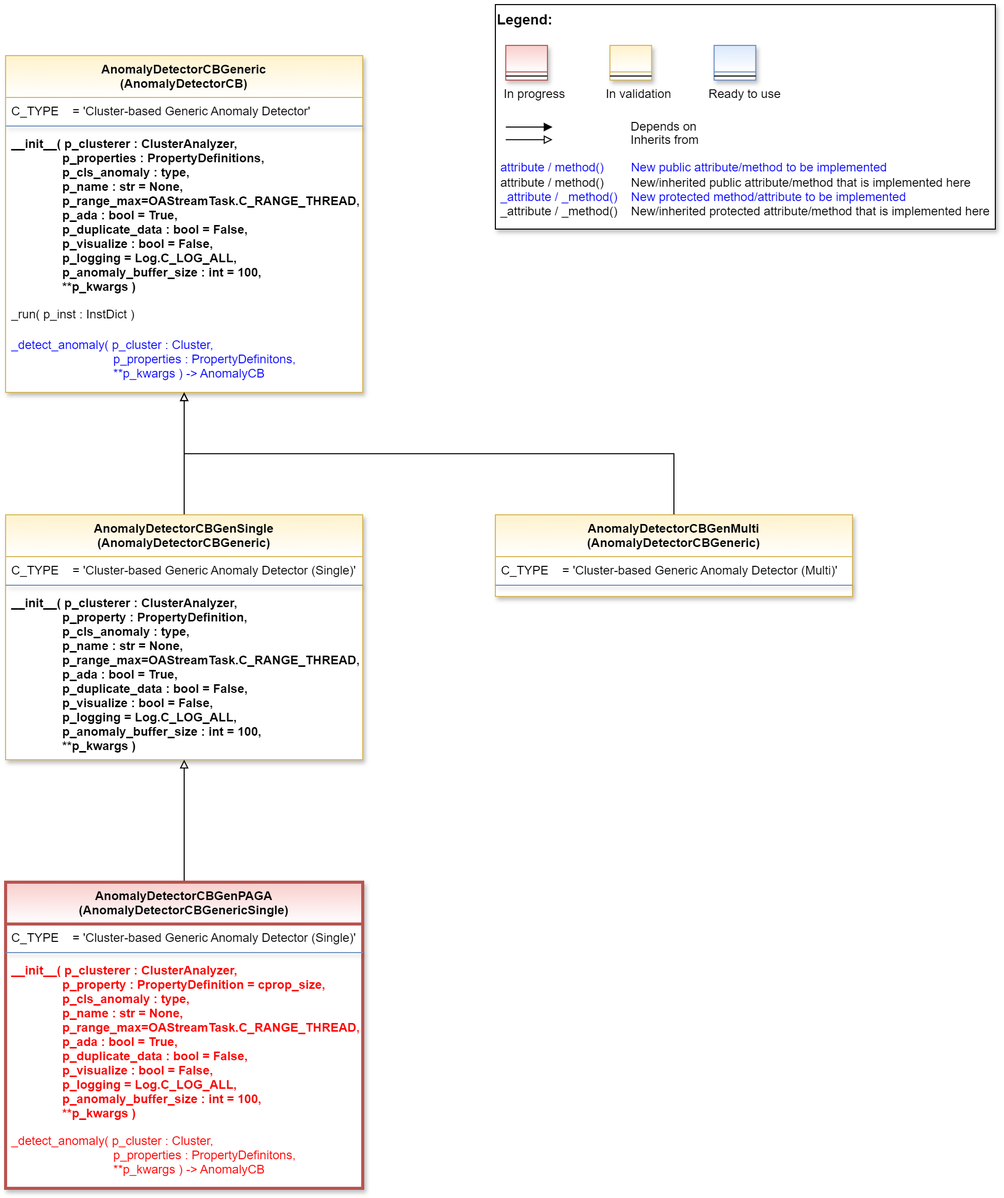
This is doc/rtd/content/99_appendices/appendix2/sub/mlpro_oa/streams/30_change_detection/10_anomaly_detection/20_cluster_based/generic/images/MLPro-OA-CB-Gen-Anomaly-Detectors_class_diagram.drawio.png from fhswf/MLPro, a draw.io export, as it was before one commit. Source tidied: cells renumbered, new cells last; positions are measured from the earlier drawing's top-left corner, leaving out a move shared by most shapes.
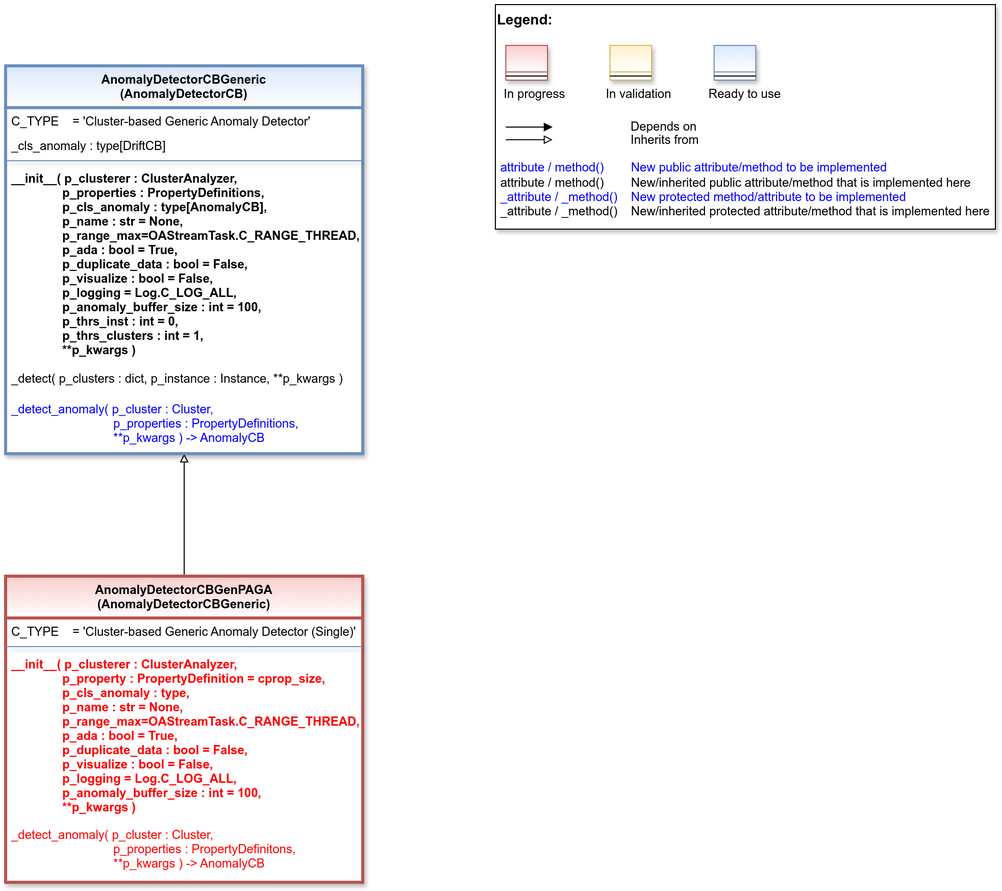
The same diagram one commit later.

Commit message:
OA: Introduction of cluster-based Change Detection #1202

Change to the diagram source:
```diff
@@ -43,73 +43,44 @@
     <mxCell id="11" style="line;html=1;strokeWidth=1;align=left;verticalAlign=middle;spacingTop=-1;spacingLeft=3;spacingRight=3;labelPosition=right;" parent="10" vertex="1">
       <mxGeometry y="26" width="40.8" height="8" as="geometry" />
     </mxCell>
-    <mxCell id="12" value="AnomalyDetectorCBGeneric&#10;(AnomalyDetectorCB)" style="swimlane;align=center;verticalAlign=top;horizontal=1;startSize=41;rounded=0;shadow=1;strokeWidth=1;fillColor=#fff2cc;strokeColor=#d6b656;swimlaneFillColor=#ffffff;gradientColor=#FFFFFF;" parent="1" vertex="1">
-      <mxGeometry y="50" width="350" height="330" as="geometry" />
+    <mxCell id="12" style="edgeStyle=orthogonalEdgeStyle;rounded=0;jettySize=auto;html=1;endArrow=block;endFill=0;" parent="1" edge="1" source="13" target="18">
+      <mxGeometry relative="1" as="geometry" />
     </mxCell>
-    <mxCell id="13" value="C_TYPE    = 'Cluster-based Generic Anomaly Detector'" style="text;align=left;verticalAlign=top;spacingLeft=4;spacingRight=4;overflow=hidden;points=[[0,0.5],[1,0.5]];portConstraint=eastwest;" parent="12" vertex="1">
-      <mxGeometry y="41" width="350" height="24" as="geometry" />
+    <mxCell id="13" value="AnomalyDetectorCBGenPAGA&#10;(AnomalyDetectorCBGeneric)" style="swimlane;align=center;verticalAlign=top;horizontal=1;startSize=41;rounded=0;shadow=1;strokeWidth=3;fillColor=#f8cecc;strokeColor=#b85450;swimlaneFillColor=#ffffff;gradientColor=#FFFFFF;" parent="1" vertex="1">
+      <mxGeometry y="560" width="350" height="300" as="geometry" />
     </mxCell>
-    <mxCell id="14" style="line;html=1;strokeWidth=1;align=center;verticalAlign=top;spacingTop=-1;spacingLeft=3;spacingRight=3;labelPosition=right;rounded=0;shadow=1;strokeColor=#6c8ebf;swimlaneFillColor=#ffffff;fontFamily=Helvetica;fontSize=12;fontColor=default;fontStyle=3;fillColor=#dae8fc;gradientColor=#ffffff;" parent="12" vertex="1">
-      <mxGeometry y="65" width="350" height="8" as="geometry" />
+    <mxCell id="14" value="C_TYPE    = 'Cluster-based Generic Anomaly Detector (Single)'" style="text;align=left;verticalAlign=top;spacingLeft=4;spacingRight=4;overflow=hidden;" parent="13" vertex="1">
+      <mxGeometry y="41" width="350" height="24" as="geometry" />
     </mxCell>
-    <mxCell id="15" value="__init__( p_clusterer : ClusterAnalyzer,&#10;               p_properties : PropertyDefinitions,&#10;               p_cls_anomaly : type,&#10;               p_name : str = None,&#10;               p_range_max=OAStreamTask.C_RANGE_THREAD,&#10;               p_ada : bool = True,&#10;               p_duplicate_data : bool = False,&#10;               p_visualize : bool = False,&#10;               p_logging = Log.C_LOG_ALL,&#10;               p_anomaly_buffer_size : int = 100,&#10;               **p_kwargs )" style="text;align=left;verticalAlign=top;spacingLeft=4;spacingRight=4;overflow=hidden;fontStyle=1;" parent="12" vertex="1">
-      <mxGeometry y="73" width="350" height="167" as="geometry" />
+    <mxCell id="15" style="line;html=1;strokeWidth=1;align=center;verticalAlign=top;spacingTop=-1;spacingLeft=3;spacingRight=3;labelPosition=right;rounded=0;shadow=1;strokeColor=#6c8ebf;swimlaneFillColor=#ffffff;fontFamily=Helvetica;fontSize=12;fontColor=default;fontStyle=3;fillColor=#dae8fc;gradientColor=#ffffff;" parent="13" vertex="1">
+      <mxGeometry y="65" width="350" height="8" as="geometry" />
     </mxCell>
-    <mxCell id="16" value="_run( p_inst : InstDict )" style="text;align=left;verticalAlign=top;spacingLeft=4;spacingRight=4;overflow=hidden;shadow=1;fontColor=default;" parent="12" vertex="1">
-      <mxGeometry y="240" width="350" height="30" as="geometry" />
+    <mxCell id="16" value="__init__( p_clusterer : ClusterAnalyzer,&#10;               p_property : PropertyDefinition = cprop_size,&#10;               p_cls_anomaly : type,&#10;               p_name : str = None,&#10;               p_range_max=OAStreamTask.C_RANGE_THREAD,&#10;               p_ada : bool = True,&#10;               p_duplicate_data : bool = False,&#10;               p_visualize : bool = False,&#10;               p_logging = Log.C_LOG_ALL,&#10;               p_anomaly_buffer_size : int = 100,&#10;               **p_kwargs )" style="text;align=left;verticalAlign=top;spacingLeft=4;spacingRight=4;overflow=hidden;fontStyle=1;fontColor=#FF0000;" parent="13" vertex="1">
+      <mxGeometry y="73" width="350" height="167" as="geometry" />
     </mxCell>
-    <mxCell id="17" value="_detect_anomaly( p_cluster : Cluster,&#10;                              p_properties : PropertyDefinitons,&#10;                              **p_kwargs ) -&gt; AnomalyCB" style="text;align=left;verticalAlign=top;spacingLeft=4;spacingRight=4;overflow=hidden;shadow=1;fontColor=#0000FF;" parent="12" vertex="1">
-      <mxGeometry y="270" width="350" height="56" as="geometry" />
+    <mxCell id="17" value="_detect_anomaly( p_cluster : Cluster,&#10;                              p_properties : PropertyDefinitons,&#10;                              **p_kwargs ) -&gt; AnomalyCB" style="text;align=left;verticalAlign=top;spacingLeft=4;spacingRight=4;overflow=hidden;shadow=1;fontColor=#FF0000;" parent="13" vertex="1">
+      <mxGeometry y="240" width="350" height="56" as="geometry" />
     </mxCell>
-    <mxCell id="18" style="edgeStyle=orthogonalEdgeStyle;rounded=0;jettySize=auto;html=1;entryX=0.5;entryY=1;entryDx=0;entryDy=0;endArrow=block;endFill=0;" parent="1" edge="1" source="19" target="12">
-      <mxGeometry relative="1" as="geometry" />
+    <mxCell id="18" value="AnomalyDetectorCBGeneric&#10;(AnomalyDetectorCB)" style="swimlane;align=center;verticalAlign=top;horizontal=1;startSize=41;rounded=0;shadow=1;strokeWidth=3;fillColor=#dae8fc;strokeColor=#6c8ebf;swimlaneFillColor=#ffffff;gradientColor=#FFFFFF;" parent="1" vertex="1">
+      <mxGeometry y="60" width="350" height="380" as="geometry" />
     </mxCell>
-    <mxCell id="19" value="AnomalyDetectorCBGenSingle&#10;(AnomalyDetectorCBGeneric)" style="swimlane;align=center;verticalAlign=top;horizontal=1;startSize=41;rounded=0;shadow=1;strokeWidth=1;fillColor=#fff2cc;strokeColor=#d6b656;swimlaneFillColor=#ffffff;gradientColor=#FFFFFF;" parent="1" vertex="1">
-      <mxGeometry y="500" width="350" height="240" as="geometry" />
+    <mxCell id="19" value="C_TYPE    = 'Cluster-based Generic Anomaly Detector'" style="text;align=left;verticalAlign=top;spacingLeft=4;spacingRight=4;overflow=hidden;points=[[0,0.5],[1,0.5]];portConstraint=eastwest;" parent="18" vertex="1">
+      <mxGeometry y="41" width="350" height="24" as="geometry" />
     </mxCell>
-    <mxCell id="20" value="C_TYPE    = 'Cluster-based Generic Anomaly Detector (Single)'" style="text;align=left;verticalAlign=top;spacingLeft=4;spacingRight=4;overflow=hidden;" parent="19" vertex="1">
-      <mxGeometry y="41" width="350" height="24" as="geometry" />
+    <mxCell id="20" value="_cls_anomaly : type[DriftCB]" style="text;align=left;verticalAlign=top;spacingLeft=4;spacingRight=4;overflow=hidden;" parent="18" vertex="1">
+      <mxGeometry y="65" width="350" height="24" as="geometry" />
     </mxCell>
-    <mxCell id="21" style="line;html=1;strokeWidth=1;align=center;verticalAlign=top;spacingTop=-1;spacingLeft=3;spacingRight=3;labelPosition=right;rounded=0;shadow=1;strokeColor=#6c8ebf;swimlaneFillColor=#ffffff;fontFamily=Helvetica;fontSize=12;fontColor=default;fontStyle=3;fillColor=#dae8fc;gradientColor=#ffffff;" parent="19" vertex="1">
-      <mxGeometry y="65" width="350" height="8" as="geometry" />
+    <mxCell id="21" style="line;html=1;strokeWidth=1;align=center;verticalAlign=top;spacingTop=-1;spacingLeft=3;spacingRight=3;labelPosition=right;rounded=0;shadow=1;strokeColor=#6c8ebf;swimlaneFillColor=#ffffff;fontFamily=Helvetica;fontSize=12;fontColor=default;fontStyle=3;fillColor=#dae8fc;gradientColor=#ffffff;" parent="18" vertex="1">
+      <mxGeometry y="89" width="350" height="8" as="geometry" />
     </mxCell>
-    <mxCell id="22" value="__init__( p_clusterer : ClusterAnalyzer,&#10;               p_property : PropertyDefinition,&#10;               p_cls_anomaly : type,&#10;               p_name : str = None,&#10;               p_range_max=OAStreamTask.C_RANGE_THREAD,&#10;               p_ada : bool = True,&#10;               p_duplicate_data : bool = False,&#10;               p_visualize : bool = False,&#10;               p_logging = Log.C_LOG_ALL,&#10;               p_anomaly_buffer_size : int = 100,&#10;               **p_kwargs )" style="text;align=left;verticalAlign=top;spacingLeft=4;spacingRight=4;overflow=hidden;fontStyle=1;" parent="19" vertex="1">
-      <mxGeometry y="73" width="350" height="167" as="geometry" />
+    <mxCell id="22" value="__init__( p_clusterer : ClusterAnalyzer,&#10;               p_properties : PropertyDefinitions,&#10;               p_cls_anomaly : type[AnomalyCB],&#10;               p_name : str = None,&#10;               p_range_max=OAStreamTask.C_RANGE_THREAD,&#10;               p_ada : bool = True,&#10;               p_duplicate_data : bool = False,&#10;               p_visualize : bool = False,&#10;               p_logging = Log.C_LOG_ALL,&#10;               p_anomaly_buffer_size : int = 100,&#10;               p_thrs_inst : int = 0,&#10;               p_thrs_clusters : int = 1,&#10;               **p_kwargs )" style="text;align=left;verticalAlign=top;spacingLeft=4;spacingRight=4;overflow=hidden;fontStyle=1;" parent="18" vertex="1">
+      <mxGeometry y="97" width="350" height="196" as="geometry" />
     </mxCell>
-    <mxCell id="23" style="edgeStyle=orthogonalEdgeStyle;rounded=0;jettySize=auto;html=1;entryX=0.5;entryY=1;entryDx=0;entryDy=0;endArrow=block;endFill=0;" parent="1" edge="1" source="24" target="12">
-      <mxGeometry relative="1" as="geometry">
-        <Array as="points">
-          <mxPoint x="655" y="440" />
-          <mxPoint x="175" y="440" />
-        </Array>
-      </mxGeometry>
+    <mxCell id="23" value="_detect( p_clusters : dict, p_instance : Instance, **p_kwargs )" style="text;align=left;verticalAlign=top;spacingLeft=4;spacingRight=4;overflow=hidden;shadow=1;" parent="18" vertex="1">
+      <mxGeometry y="293" width="350" height="30" as="geometry" />
     </mxCell>
-    <mxCell id="24" value="AnomalyDetectorCBGenMulti&#10;(AnomalyDetectorCBGeneric)" style="swimlane;align=center;verticalAlign=top;horizontal=1;startSize=41;rounded=0;shadow=1;strokeWidth=1;fillColor=#fff2cc;strokeColor=#d6b656;swimlaneFillColor=#ffffff;gradientColor=#FFFFFF;" parent="1" vertex="1">
-      <mxGeometry x="480" y="500" width="350" height="80" as="geometry" />
+    <mxCell id="24" value="_detect_anomaly( p_cluster : Cluster, &#10;                              p_properties : PropertyDefinitions,&#10;                              **p_kwargs ) -&gt; AnomalyCB" style="text;align=left;verticalAlign=top;spacingLeft=4;spacingRight=4;overflow=hidden;points=[[0,0.5],[1,0.5]];portConstraint=eastwest;shadow=1;fontColor=#0000FF;" parent="18" vertex="1">
+      <mxGeometry y="323" width="350" height="53" as="geometry" />
     </mxCell>
-    <mxCell id="25" value="C_TYPE    = 'Cluster-based Generic Anomaly Detector (Multi)'" style="text;align=left;verticalAlign=top;spacingLeft=4;spacingRight=4;overflow=hidden;" parent="24" vertex="1">
-      <mxGeometry y="41" width="350" height="24" as="geometry" />
-    </mxCell>
-    <mxCell id="26" style="line;html=1;strokeWidth=1;align=center;verticalAlign=top;spacingTop=-1;spacingLeft=3;spacingRight=3;labelPosition=right;rounded=0;shadow=1;strokeColor=#6c8ebf;swimlaneFillColor=#ffffff;fontFamily=Helvetica;fontSize=12;fontColor=default;fontStyle=3;fillColor=#dae8fc;gradientColor=#ffffff;" parent="24" vertex="1">
-      <mxGeometry y="65" width="350" height="8" as="geometry" />
-    </mxCell>
-    <mxCell id="27" style="edgeStyle=orthogonalEdgeStyle;rounded=0;jettySize=auto;html=1;endArrow=block;endFill=0;" parent="1" edge="1" source="28" target="19">
-      <mxGeometry relative="1" as="geometry" />
-    </mxCell>
-    <mxCell id="28" value="AnomalyDetectorCBGenPAGA&#10;(AnomalyDetectorCBGenericSingle)" style="swimlane;align=center;verticalAlign=top;horizontal=1;startSize=41;rounded=0;shadow=1;strokeWidth=3;fillColor=#f8cecc;strokeColor=#b85450;swimlaneFillColor=#ffffff;gradientColor=#FFFFFF;" parent="1" vertex="1">
-      <mxGeometry y="860" width="350" height="300" as="geometry" />
-    </mxCell>
-    <mxCell id="29" value="C_TYPE    = 'Cluster-based Generic Anomaly Detector (Single)'" style="text;align=left;verticalAlign=top;spacingLeft=4;spacingRight=4;overflow=hidden;" parent="28" vertex="1">
-      <mxGeometry y="41" width="350" height="24" as="geometry" />
-    </mxCell>
-    <mxCell id="30" style="line;html=1;strokeWidth=1;align=center;verticalAlign=top;spacingTop=-1;spacingLeft=3;spacingRight=3;labelPosition=right;rounded=0;shadow=1;strokeColor=#6c8ebf;swimlaneFillColor=#ffffff;fontFamily=Helvetica;fontSize=12;fontColor=default;fontStyle=3;fillColor=#dae8fc;gradientColor=#ffffff;" parent="28" vertex="1">
-      <mxGeometry y="65" width="350" height="8" as="geometry" />
-    </mxCell>
-    <mxCell id="31" value="__init__( p_clusterer : ClusterAnalyzer,&#10;               p_property : PropertyDefinition = cprop_size,&#10;               p_cls_anomaly : type,&#10;               p_name : str = None,&#10;               p_range_max=OAStreamTask.C_RANGE_THREAD,&#10;               p_ada : bool = True,&#10;               p_duplicate_data : bool = False,&#10;               p_visualize : bool = False,&#10;               p_logging = Log.C_LOG_ALL,&#10;               p_anomaly_buffer_size : int = 100,&#10;               **p_kwargs )" style="text;align=left;verticalAlign=top;spacingLeft=4;spacingRight=4;overflow=hidden;fontStyle=1;fontColor=#FF0000;" parent="28" vertex="1">
-      <mxGeometry y="73" width="350" height="167" as="geometry" />
-    </mxCell>
-    <mxCell id="32" value="_detect_anomaly( p_cluster : Cluster,&#10;                              p_properties : PropertyDefinitons,&#10;                              **p_kwargs ) -&gt; AnomalyCB" style="text;align=left;verticalAlign=top;spacingLeft=4;spacingRight=4;overflow=hidden;shadow=1;fontColor=#FF0000;" parent="28" vertex="1">
-      <mxGeometry y="240" width="350" height="56" as="geometry" />
-    </mxCell>
   </root>
 </mxGraphModel>
```
